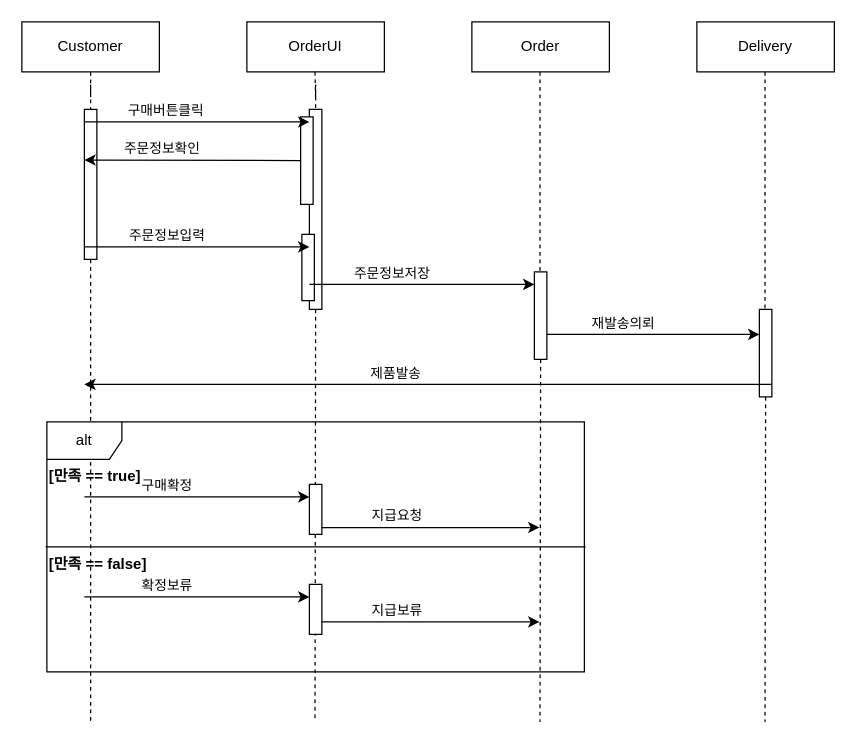
The draw.io diagram page "페이지-2" (2 of 2) of 시퀀스다이어그램.drawio in hyun10144/Lecture3-1, before the edit. Source tidied: cells renumbered, new cells numbered last; positions are measured from the earlier drawing's top-left corner, leaving out a move shared by most shapes. Both pictures are drawn from the tidied source at 125%, with x=0, y=0 at pixel (21, 21).
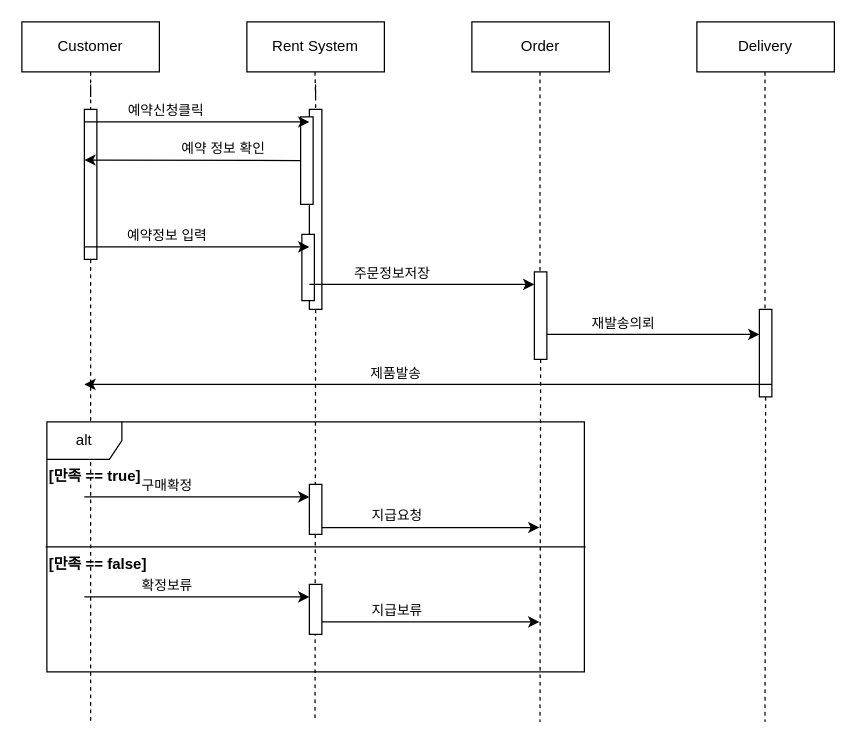
After the change.

Commit message (it also covers changes not shown here):
시퀀스다이어그램.drawio 업데이트

Unchanged cells that the change refers to:
```xml
<mxCell id="20" style="html=1;verticalAlign=bottom;startArrow=none;endArrow=classic;endFill=1;rounded=0;entryX=0;entryY=0.063;entryDx=0;entryDy=0;entryPerimeter=0;" parent="1" edge="1" target="13">
  <mxGeometry relative="1" as="geometry">
    <mxPoint x="50" y="80" as="sourcePoint" />
  </mxGeometry>
</mxCell>
<mxCell id="22" style="html=1;verticalAlign=bottom;startArrow=none;endArrow=classic;endFill=1;rounded=0;entryX=0;entryY=0.063;entryDx=0;entryDy=0;entryPerimeter=0;" parent="1" edge="1">
  <mxGeometry relative="1" as="geometry">
    <mxPoint x="50" y="180" as="sourcePoint" />
    <mxPoint x="230" y="180" as="targetPoint" />
  </mxGeometry>
</mxCell>
<mxCell id="24" style="html=1;verticalAlign=bottom;startArrow=classic;endArrow=none;endFill=0;rounded=0;startFill=1;entryX=0;entryY=0.5;entryDx=0;entryDy=0;" parent="1" edge="1" target="18">
  <mxGeometry relative="1" as="geometry">
    <mxPoint x="50" y="110.5" as="sourcePoint" />
  </mxGeometry>
</mxCell>
```

Diff of the diagram source:
```diff
@@
-    <mxCell id="6" value="OrderUI" style="rounded=0;whiteSpace=wrap;html=1;" parent="1" vertex="1">
+    <mxCell id="6" value="Rent System" style="rounded=0;whiteSpace=wrap;html=1;" parent="1" vertex="1">
       <mxGeometry x="180" width="110" height="40" as="geometry" />
     </mxCell>
@@
-    <mxCell id="21" value="구매버튼클릭" style="edgeLabel;html=1;align=center;verticalAlign=middle;" parent="20" vertex="1">
+    <mxCell id="21" value="예약신청클릭" style="edgeLabel;html=1;align=center;verticalAlign=middle;" parent="20" vertex="1">
       <mxGeometry x="-0.01" y="-2" relative="1" as="geometry">
         <mxPoint x="-24" y="-12" as="offset" />
       </mxGeometry>
     </mxCell>
@@
-    <mxCell id="23" value="주문정보입력" style="edgeLabel;html=1;align=center;verticalAlign=middle;" parent="22" vertex="1">
+    <mxCell id="23" value="예약정보 입력" style="edgeLabel;html=1;align=center;verticalAlign=middle;" parent="22" vertex="1">
       <mxGeometry x="-0.01" y="-2" relative="1" as="geometry">
         <mxPoint x="-24" y="-12" as="offset" />
       </mxGeometry>
     </mxCell>
@@
-    <mxCell id="25" value="주문정보확인" style="edgeLabel;html=1;align=center;verticalAlign=middle;" parent="24" vertex="1">
+    <mxCell id="25" value="예약 정보 확인" style="edgeLabel;html=1;align=center;verticalAlign=middle;" parent="24" vertex="1">
       <mxGeometry x="-0.01" y="-2" relative="1" as="geometry">
-        <mxPoint x="-24" y="-12" as="offset" />
+        <mxPoint x="25" y="-12" as="offset" />
       </mxGeometry>
     </mxCell>
```
